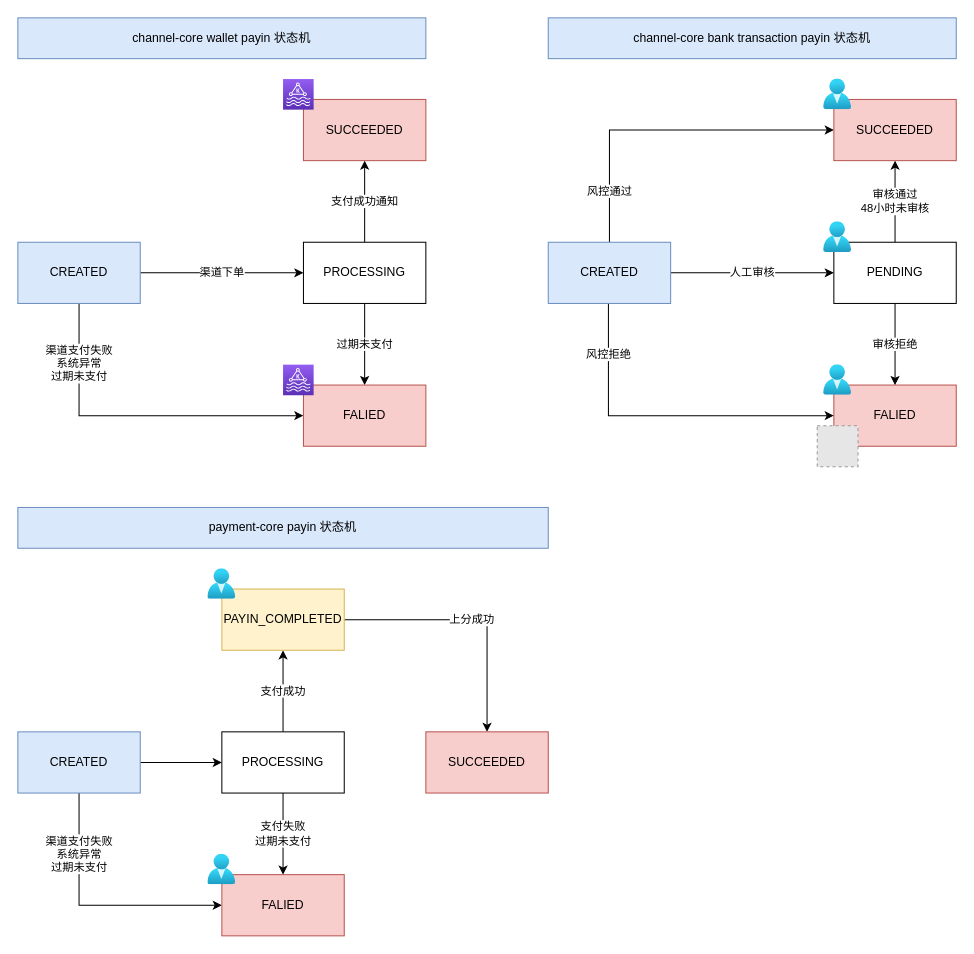
Above: page "状态机" (3 of 5) of 库珀架构.drawio in JudeSheng/design (draw.io), before the change. Source tidied: cells renumbered, new cells numbered last; positions are measured from the earlier drawing's top-left corner, leaving out a move shared by most shapes. Both pictures are drawn from the tidied source at 102%, with x=0, y=0 at pixel (17, 17). Pictures stored in the file or linked from it are replaced by grey dashed boxes.
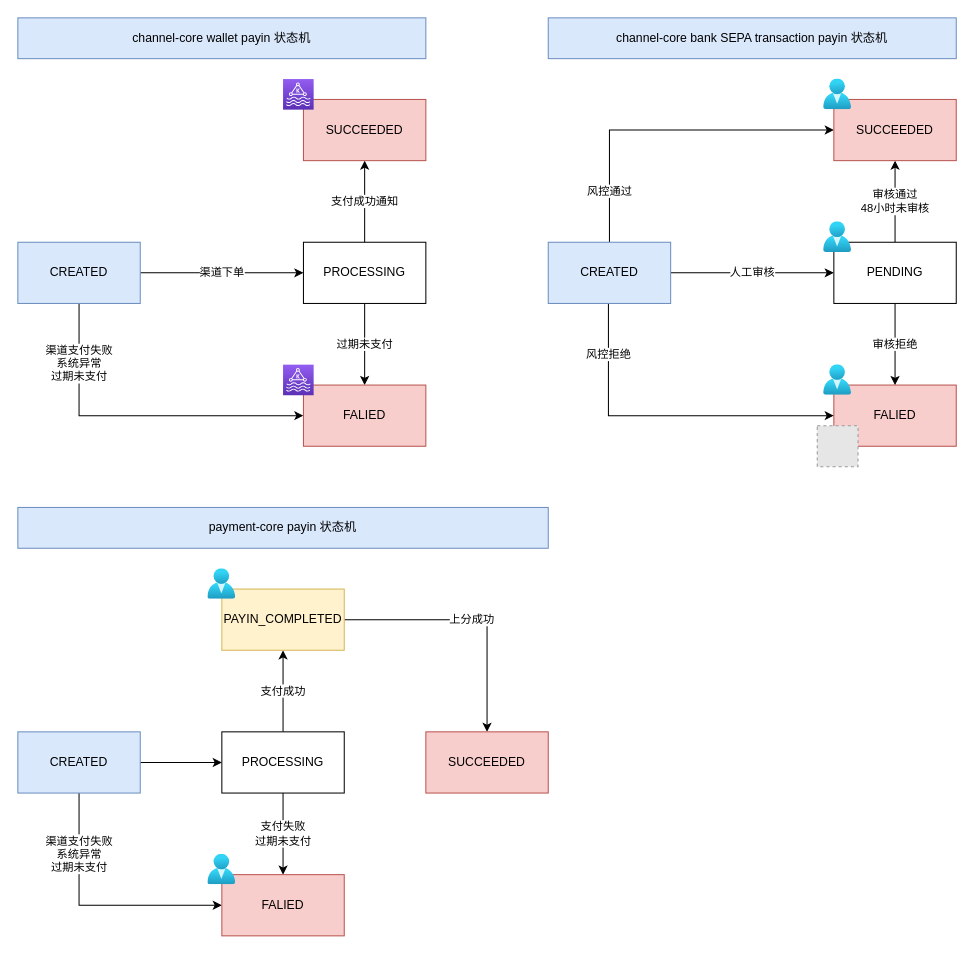
The same page after the edit.

Diff of the diagram source:
```diff
@@
-    <mxCell id="23" value="channel-core bank transaction payin 状态机" style="rounded=0;whiteSpace=wrap;html=1;fillColor=#dae8fc;strokeColor=#6c8ebf;" parent="1" vertex="1">
+    <mxCell id="23" value="channel-core bank SEPA transaction payin 状态机" style="rounded=0;whiteSpace=wrap;html=1;fillColor=#dae8fc;strokeColor=#6c8ebf;" parent="1" vertex="1">
       <mxGeometry x="520" width="400" height="40" as="geometry" />
     </mxCell>
```
